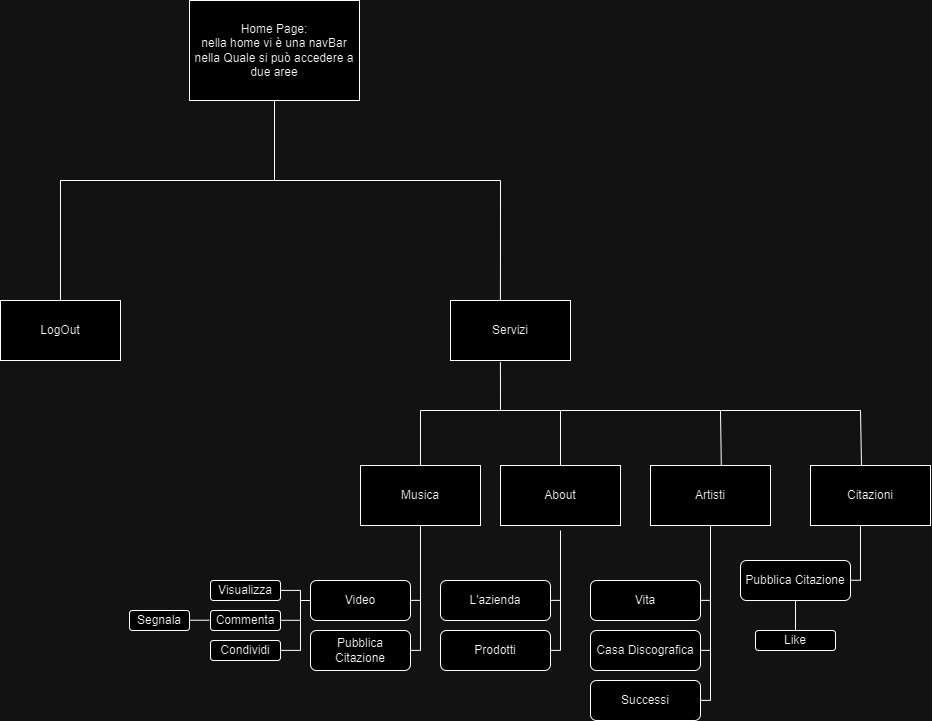
Earlier version of the draw.io export img/dipendenze2.png (matildezagnoni/Informatica-Umanistica). Source tidied: cells renumbered, new cells last; positions are measured from the earlier drawing's top-left corner, leaving out a move shared by most shapes.
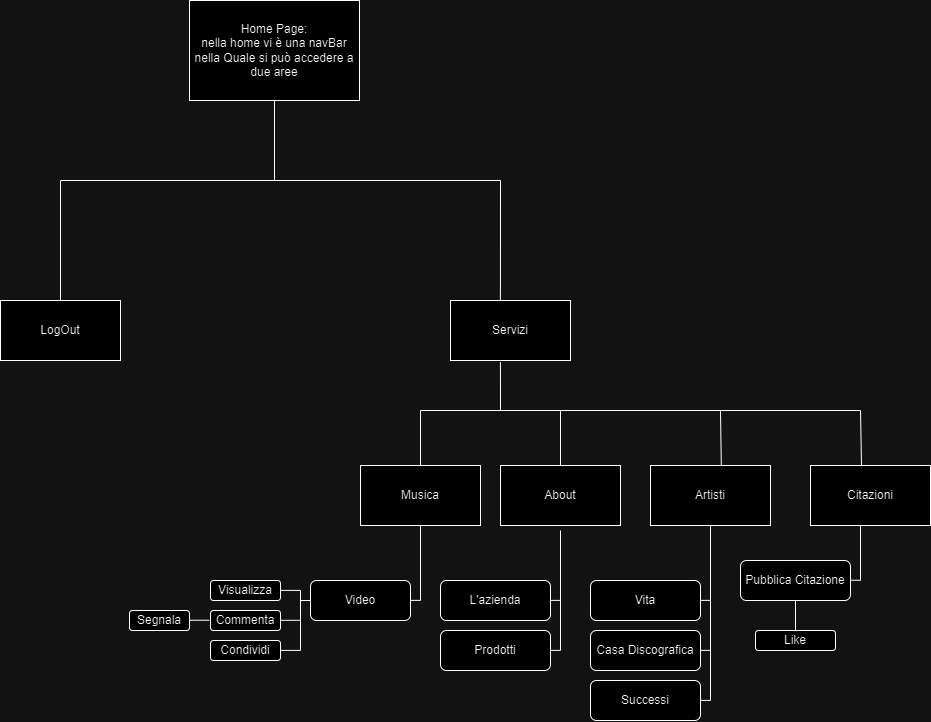
The same diagram one commit later.

Commit message:
modifiche wpp

The edit, as a diff of the source:
```diff
@@ -70,15 +70,12 @@
     </mxCell>
     <mxCell id="17" style="endArrow=none;html=1;rounded=0;entryX=0.5;entryY=1;entryDx=0;entryDy=0;" parent="1" edge="1" target="12">
       <mxGeometry relative="1" as="geometry">
-        <mxPoint x="420" y="650" as="sourcePoint" />
+        <mxPoint x="420" y="600" as="sourcePoint" />
       </mxGeometry>
     </mxCell>
     <mxCell id="18" value="Video" style="rounded=1;whiteSpace=wrap;html=1;" parent="1" vertex="1">
       <mxGeometry x="310" y="580" width="100" height="40" as="geometry" />
     </mxCell>
-    <mxCell id="19" value="Pubblica Citazione" style="rounded=1;whiteSpace=wrap;html=1;" parent="1" vertex="1">
-      <mxGeometry x="310" y="630" width="100" height="40" as="geometry" />
-    </mxCell>
     <mxCell id="20" style="endArrow=none;html=1;rounded=0;entryX=0.5;entryY=1;entryDx=0;entryDy=0;" parent="1" edge="1" target="16">
       <mxGeometry relative="1" as="geometry">
         <mxPoint x="710" y="700" as="sourcePoint" />
@@ -105,12 +102,6 @@
     <mxCell id="26" value="Prodotti" style="rounded=1;whiteSpace=wrap;html=1;" parent="1" vertex="1">
       <mxGeometry x="440" y="630" width="110" height="40" as="geometry" />
     </mxCell>
-    <mxCell id="27" style="endArrow=none;html=1;rounded=0;exitX=1;exitY=0.5;exitDx=0;exitDy=0;" parent="1" edge="1">
-      <mxGeometry relative="1" as="geometry">
-        <mxPoint x="410" y="649.9" as="sourcePoint" />
-        <mxPoint x="420" y="649.9" as="targetPoint" />
-      </mxGeometry>
-    </mxCell>
     <mxCell id="28" style="endArrow=none;html=1;rounded=0;exitX=1;exitY=0.5;exitDx=0;exitDy=0;" parent="1" edge="1">
       <mxGeometry relative="1" as="geometry">
         <mxPoint x="410" y="599.9" as="sourcePoint" />
```
